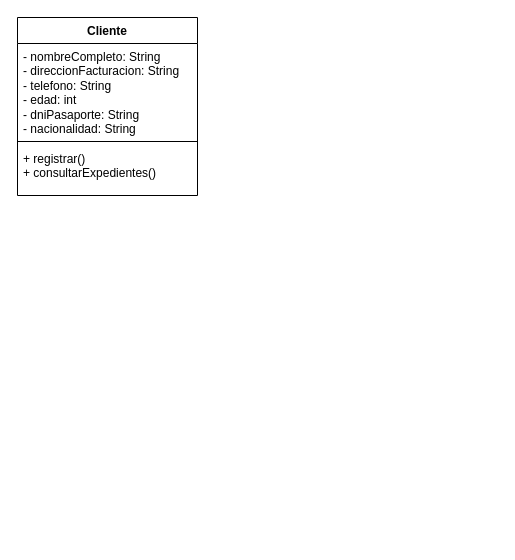
The draw.io diagram DiagramaClase.drawio in JavierIbarra25/Diseno-Orientado-a-Objetos, before the edit. Source tidied: cells renumbered, new cells numbered last; positions are measured from the earlier drawing's top-left corner, leaving out a move shared by most shapes. Both pictures are drawn from the tidied source at 100%, with x=0, y=0 at pixel (17, 17).
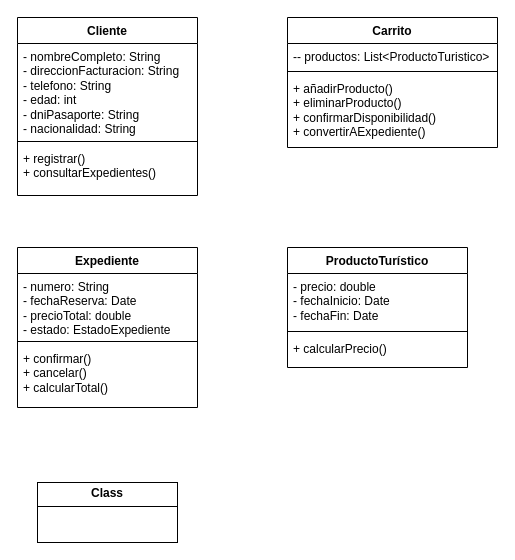
After the change.

The edit, as a diff of the source:
```diff
@@
 <mxGraphModel>
   <root>
     <mxCell id="0" />
     <mxCell id="1" parent="0" />
     <mxCell id="2" value="Cliente" style="swimlane;fontStyle=1;align=center;verticalAlign=top;horizontal=1;startSize=26;whiteSpace=wrap;html=1;" parent="1" vertex="1">
       <mxGeometry width="180" height="178" as="geometry" />
     </mxCell>
     <mxCell id="3" value="&lt;div&gt;- nombreCompleto: String&lt;/div&gt;&lt;div&gt;- direccionFacturacion: String&lt;/div&gt;&lt;div&gt;&lt;span style=&quot;background-color: transparent; color: light-dark(rgb(0, 0, 0), rgb(255, 255, 255));&quot;&gt;- telefono: String&lt;/span&gt;&lt;/div&gt;&lt;div&gt;- edad: int&lt;/div&gt;&lt;div&gt;&lt;span style=&quot;background-color: transparent; color: light-dark(rgb(0, 0, 0), rgb(255, 255, 255));&quot;&gt;- dniPasaporte: String&lt;/span&gt;&lt;/div&gt;&lt;div&gt;- nacionalidad: String&lt;br&gt;&lt;/div&gt;" style="text;strokeColor=none;fillColor=none;align=left;verticalAlign=top;spacingLeft=4;spacingRight=4;overflow=hidden;whiteSpace=wrap;html=1;" parent="2" vertex="1">
       <mxGeometry y="26" width="180" height="94" as="geometry" />
     </mxCell>
     <mxCell id="4" style="line;strokeWidth=1;fillColor=none;align=left;verticalAlign=middle;spacingTop=-1;spacingLeft=3;spacingRight=3;labelPosition=right;strokeColor=inherit;" parent="2" vertex="1">
       <mxGeometry y="120" width="180" height="8" as="geometry" />
     </mxCell>
     <mxCell id="5" value="&lt;div&gt;+ registrar()&lt;/div&gt;&lt;div&gt;+ consultarExpedientes()&lt;/div&gt;" style="text;strokeColor=none;fillColor=none;align=left;verticalAlign=top;spacingLeft=4;spacingRight=4;overflow=hidden;whiteSpace=wrap;html=1;" parent="2" vertex="1">
       <mxGeometry y="128" width="180" height="50" as="geometry" />
     </mxCell>
+    <mxCell id="6" value="Carrito" style="swimlane;fontStyle=1;align=center;verticalAlign=top;horizontal=1;startSize=26;whiteSpace=wrap;html=1;" parent="1" vertex="1">
+      <mxGeometry x="270" width="210" height="130" as="geometry" />
+    </mxCell>
+    <mxCell id="7" value="&lt;div&gt;-- productos: List&amp;lt;ProductoTuristico&amp;gt;&lt;/div&gt;" style="text;strokeColor=none;fillColor=none;align=left;verticalAlign=top;spacingLeft=4;spacingRight=4;overflow=hidden;whiteSpace=wrap;html=1;" parent="6" vertex="1">
+      <mxGeometry y="26" width="210" height="24" as="geometry" />
+    </mxCell>
+    <mxCell id="8" style="line;strokeWidth=1;fillColor=none;align=left;verticalAlign=middle;spacingTop=-1;spacingLeft=3;spacingRight=3;labelPosition=right;strokeColor=inherit;" parent="6" vertex="1">
+      <mxGeometry y="50" width="210" height="8" as="geometry" />
+    </mxCell>
+    <mxCell id="9" value="&lt;div&gt;+ añadirProducto()&lt;/div&gt;&lt;div&gt;+ eliminarProducto()&lt;/div&gt;&lt;div&gt;+ confirmarDisponibilidad()&lt;/div&gt;&lt;div&gt;+ convertirAExpediente()&lt;/div&gt;" style="text;strokeColor=none;fillColor=none;align=left;verticalAlign=top;spacingLeft=4;spacingRight=4;overflow=hidden;whiteSpace=wrap;html=1;" parent="6" vertex="1">
+      <mxGeometry y="58" width="210" height="72" as="geometry" />
+    </mxCell>
+    <mxCell id="10" value="Expediente" style="swimlane;fontStyle=1;align=center;verticalAlign=top;horizontal=1;startSize=26;whiteSpace=wrap;html=1;" parent="1" vertex="1">
+      <mxGeometry y="230" width="180" height="160" as="geometry" />
+    </mxCell>
+    <mxCell id="11" value="&lt;div&gt;&lt;div&gt;- numero: String&lt;/div&gt;&lt;div&gt;- fechaReserva: Date&lt;/div&gt;&lt;div&gt;- precioTotal: double&lt;/div&gt;&lt;div&gt;- estado: EstadoExpediente&lt;/div&gt;&lt;/div&gt;" style="text;strokeColor=none;fillColor=none;align=left;verticalAlign=top;spacingLeft=4;spacingRight=4;overflow=hidden;whiteSpace=wrap;html=1;" parent="10" vertex="1">
+      <mxGeometry y="26" width="180" height="64" as="geometry" />
+    </mxCell>
+    <mxCell id="12" style="line;strokeWidth=1;fillColor=none;align=left;verticalAlign=middle;spacingTop=-1;spacingLeft=3;spacingRight=3;labelPosition=right;strokeColor=inherit;" parent="10" vertex="1">
+      <mxGeometry y="90" width="180" height="8" as="geometry" />
+    </mxCell>
+    <mxCell id="13" value="&lt;div&gt;+ confirmar()&lt;/div&gt;&lt;div&gt;+ cancelar()&lt;/div&gt;&lt;div&gt;+ calcularTotal()&lt;/div&gt;" style="text;strokeColor=none;fillColor=none;align=left;verticalAlign=top;spacingLeft=4;spacingRight=4;overflow=hidden;whiteSpace=wrap;html=1;" parent="10" vertex="1">
+      <mxGeometry y="98" width="180" height="62" as="geometry" />
+    </mxCell>
+    <mxCell id="14" value="ProductoTurístico" style="swimlane;fontStyle=1;align=center;verticalAlign=top;horizontal=1;startSize=26;whiteSpace=wrap;html=1;" parent="1" vertex="1">
+      <mxGeometry x="270" y="230" width="180" height="120" as="geometry" />
+    </mxCell>
+    <mxCell id="15" value="&lt;div&gt;&lt;div&gt;- precio: double&lt;/div&gt;&lt;div&gt;- fechaInicio: Date&lt;/div&gt;&lt;div&gt;- fechaFin: Date&lt;/div&gt;&lt;/div&gt;" style="text;strokeColor=none;fillColor=none;align=left;verticalAlign=top;spacingLeft=4;spacingRight=4;overflow=hidden;whiteSpace=wrap;html=1;" parent="14" vertex="1">
+      <mxGeometry y="26" width="180" height="54" as="geometry" />
+    </mxCell>
+    <mxCell id="16" style="line;strokeWidth=1;fillColor=none;align=left;verticalAlign=middle;spacingTop=-1;spacingLeft=3;spacingRight=3;labelPosition=right;strokeColor=inherit;" parent="14" vertex="1">
+      <mxGeometry y="80" width="180" height="8" as="geometry" />
+    </mxCell>
+    <mxCell id="17" value="+ calcularPrecio()" style="text;strokeColor=none;fillColor=none;align=left;verticalAlign=top;spacingLeft=4;spacingRight=4;overflow=hidden;whiteSpace=wrap;html=1;" parent="14" vertex="1">
+      <mxGeometry y="88" width="180" height="32" as="geometry" />
+    </mxCell>
+    <mxCell id="18" value="&lt;p style=&quot;margin:0px;margin-top:4px;text-align:center;&quot;&gt;&lt;b&gt;Class&lt;/b&gt;&lt;/p&gt;&lt;hr size=&quot;1&quot; style=&quot;border-style:solid;&quot;/&gt;&lt;div style=&quot;height:2px;&quot;&gt;&lt;/div&gt;" style="verticalAlign=top;align=left;overflow=fill;html=1;whiteSpace=wrap;" parent="1" vertex="1">
+      <mxGeometry x="20" y="465" width="140" height="60" as="geometry" />
+    </mxCell>
   </root>
 </mxGraphModel>
```
